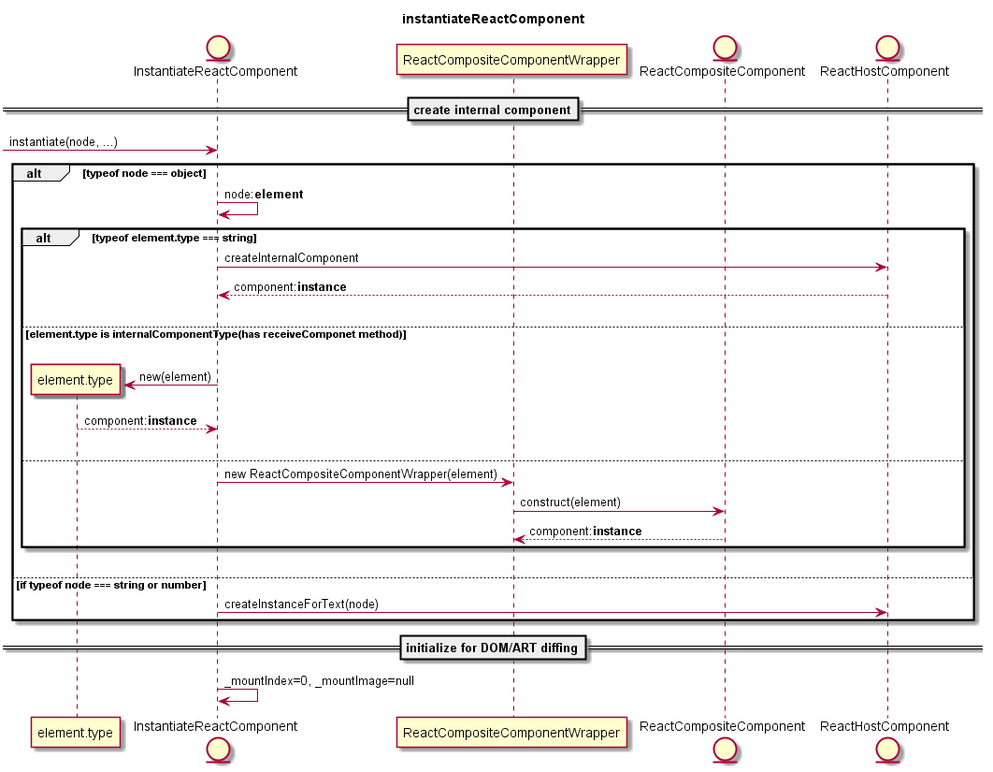
Above: src/InstantiateReactComponent.png in Kacxxia/learnReact15.6.2 (PlantUML), before the change.
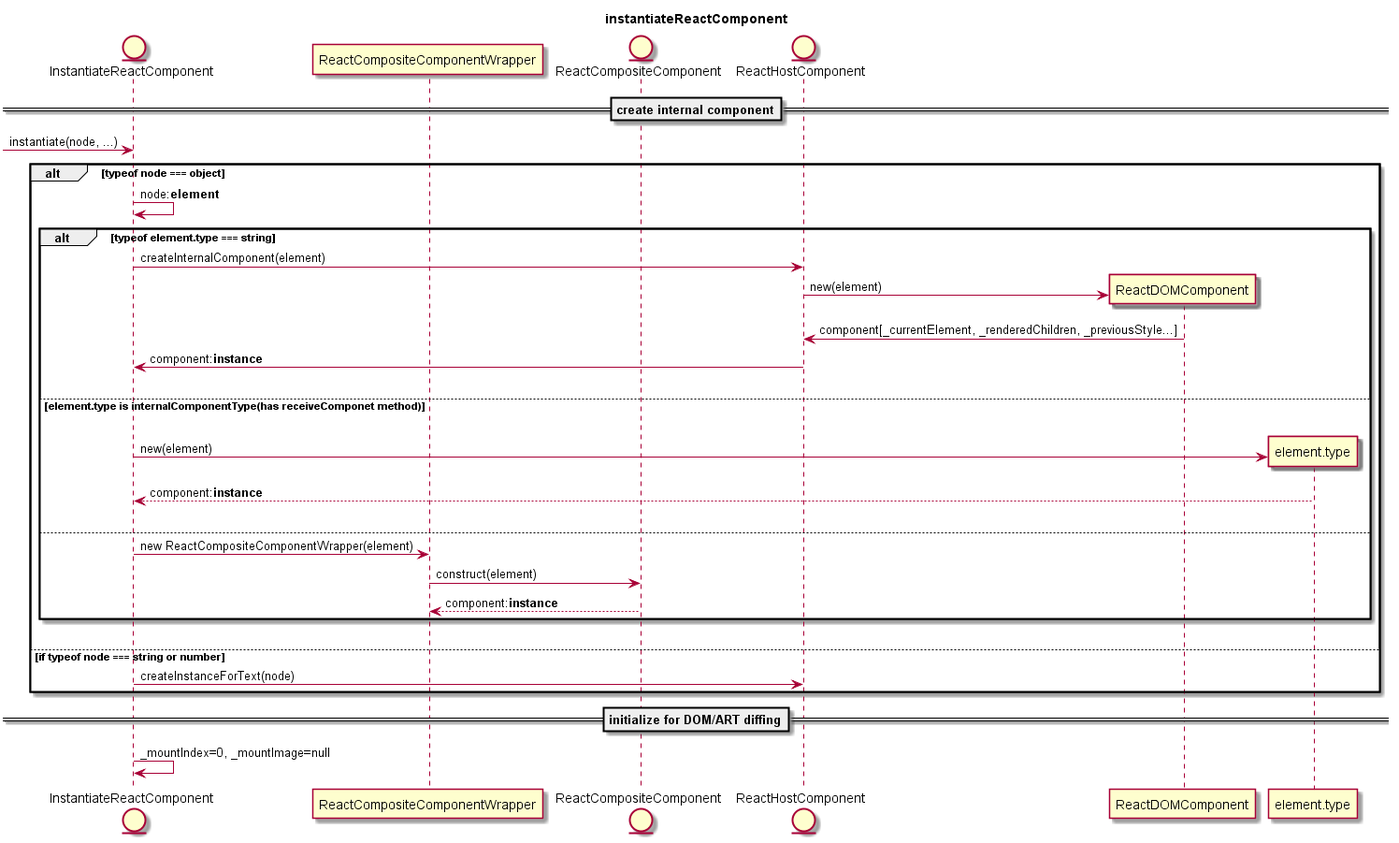
After the change.

Change to the diagram source:
```diff
@@ -1,16 +1,19 @@
 @startuml
 title instantiateReactComponent
-Entity InstantiateReactComponent order 5
-participant ReactCompositeComponentWrapper order 10
-Entity ReactCompositeComponent order 20
-Entity ReactHostComponent order 30
+Entity InstantiateReactComponent
+participant ReactCompositeComponentWrapper
+Entity ReactCompositeComponent
+Entity ReactHostComponent
 ==create internal component==
 [-> InstantiateReactComponent: instantiate(node, ...)
 alt typeof node === object
   InstantiateReactComponent -> InstantiateReactComponent: node:**element**
   alt typeof element.type === string
-    InstantiateReactComponent -> ReactHostComponent: createInternalComponent
-    return component:**instance**
+    InstantiateReactComponent -> ReactHostComponent: createInternalComponent(element)
+    create ReactDOMComponent
+    ReactHostComponent -> ReactDOMComponent: new(element)
+    ReactDOMComponent -> ReactHostComponent: component[_currentElement, _renderedChildren, _previousStyle...]
+    ReactHostComponent -> InstantiateReactComponent: component:**instance**
   |||
   else element.type is internalComponentType(has receiveComponet method)
   |||
```
